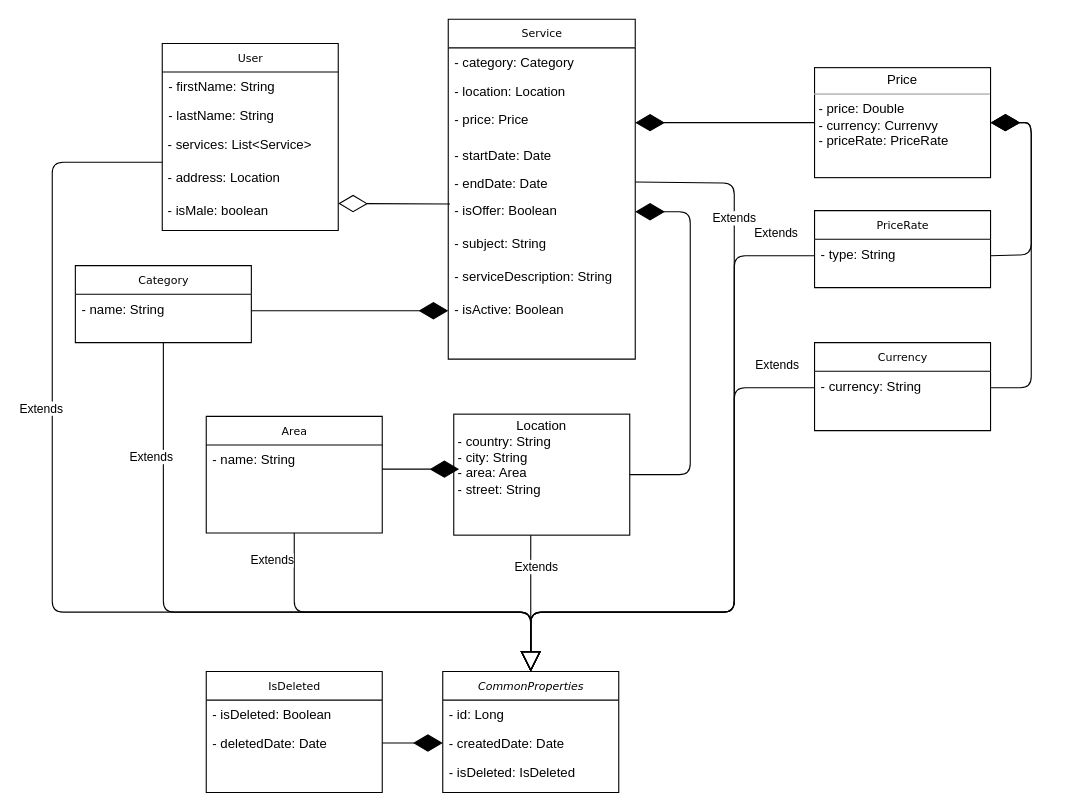
Earlier version of the draw.io diagram HelppyUML.drawio (StanislavRa/group_A_Helppy). Source tidied: cells renumbered, new cells numbered last; positions are measured from the earlier drawing's top-left corner, leaving out a move shared by most shapes. Both pictures are drawn from the tidied source at 110%, with x=0, y=0 at pixel (52, 19).
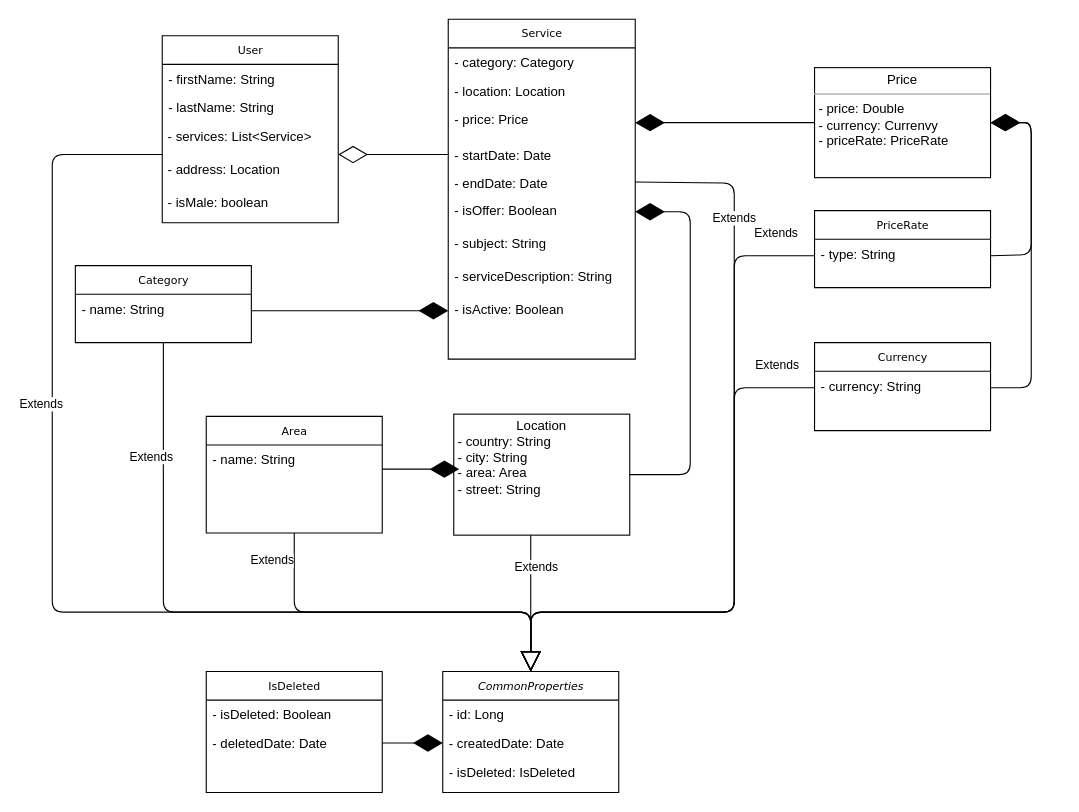
The same diagram, later.

The change refers to these unchanged cells:
```xml
<mxCell id="8" value="- startDate: Date" style="text;html=1;strokeColor=none;fillColor=none;align=left;verticalAlign=top;spacingLeft=4;spacingRight=4;whiteSpace=wrap;overflow=hidden;points=[[0,0.5],[1,0.5]];portConstraint=eastwest;" parent="4" vertex="1">
  <mxGeometry y="110" width="170" height="26" as="geometry" />
</mxCell>
<mxCell id="10" value="- isOffer: Boolean" style="text;html=1;strokeColor=none;fillColor=none;align=left;verticalAlign=top;spacingLeft=4;spacingRight=4;whiteSpace=wrap;overflow=hidden;points=[[0,0.5],[1,0.5]];portConstraint=eastwest;" parent="4" vertex="1">
  <mxGeometry y="160" width="170" height="30" as="geometry" />
</mxCell>
<mxCell id="31" value="&lt;i&gt;CommonProperties&lt;/i&gt;" style="swimlane;html=1;fontStyle=0;horizontal=1;startSize=26;fillColor=none;swimlaneFillColor=#ffffff;rounded=0;shadow=0;comic=0;labelBackgroundColor=none;strokeWidth=1;fontFamily=Verdana;fontSize=10;align=center;" parent="1" vertex="1">
  <mxGeometry x="355" y="593" width="160" height="110" as="geometry" />
</mxCell>
<mxCell id="46" value="&amp;nbsp;- address: Location" style="text;html=1;" parent="42" vertex="1">
  <mxGeometry y="108" width="160" height="30" as="geometry" />
</mxCell>
<mxCell id="47" value="&amp;nbsp;- isMale: boolean" style="text;html=1;" parent="42" vertex="1">
  <mxGeometry y="138" width="160" height="30" as="geometry" />
</mxCell>
```

The edit, as a diff of the source:
```diff
@@
     <mxCell id="42" value="User" style="swimlane;html=1;fontStyle=0;horizontal=1;startSize=26;fillColor=none;swimlaneFillColor=#ffffff;rounded=0;shadow=0;comic=0;labelBackgroundColor=none;strokeWidth=1;fontFamily=Verdana;fontSize=10;align=center;" parent="1" vertex="1">
-      <mxGeometry x="100" y="22" width="160" height="170" as="geometry" />
+      <mxGeometry x="100" y="15" width="160" height="170" as="geometry" />
     </mxCell>
@@
-    <mxCell id="48" style="endArrow=diamondThin;endFill=0;endSize=24;html=1;exitX=0.009;exitY=0.267;exitDx=0;exitDy=0;exitPerimeter=0;entryX=1;entryY=0.25;entryDx=0;entryDy=0;" parent="1" edge="1" source="10" target="47">
+    <mxCell id="48" style="endArrow=diamondThin;endFill=0;endSize=24;html=1;exitX=0;exitY=0.5;exitDx=0;exitDy=0;entryX=1;entryY=0;entryDx=0;entryDy=0;" parent="1" edge="1" source="8" target="46">
       <mxGeometry relative="1" as="geometry" />
     </mxCell>
     <mxCell id="49" value="Extends" style="endArrow=block;endSize=16;endFill=0;html=1;exitX=0;exitY=0;exitDx=0;exitDy=0;entryX=0.5;entryY=0;entryDx=0;entryDy=0;" parent="1" edge="1" source="46" target="31">
       <mxGeometry x="-0.35" y="-10" relative="1" as="geometry">
         <Array as="points">
-          <mxPoint y="130" />
+          <mxPoint y="123" />
           <mxPoint y="539" />
           <mxPoint x="435" y="539" />
         </Array>
       </mxGeometry>
     </mxCell>
```
